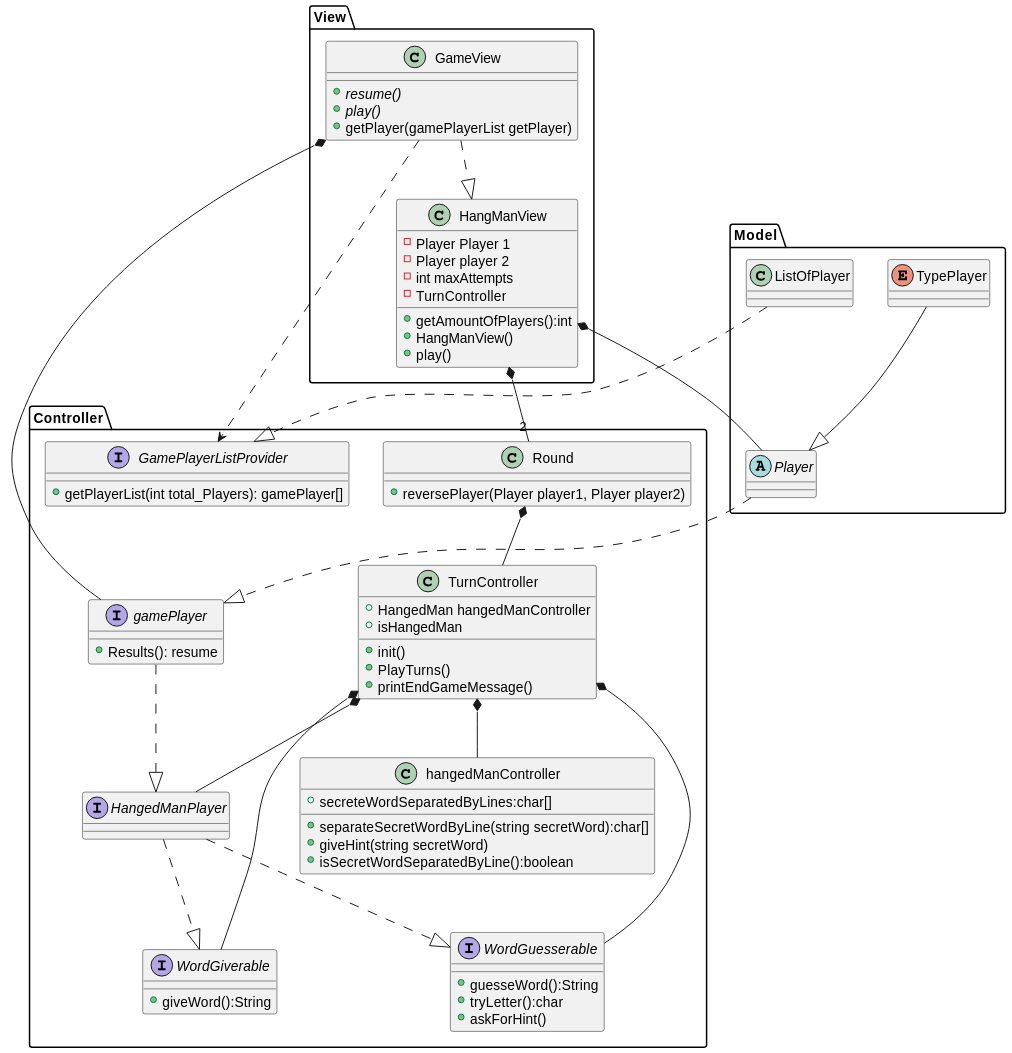
The PlantUML diagram MVCDiagrams/HangManMVC.svg in sergiomendez2/backendLastProjectDSU, before a commit.
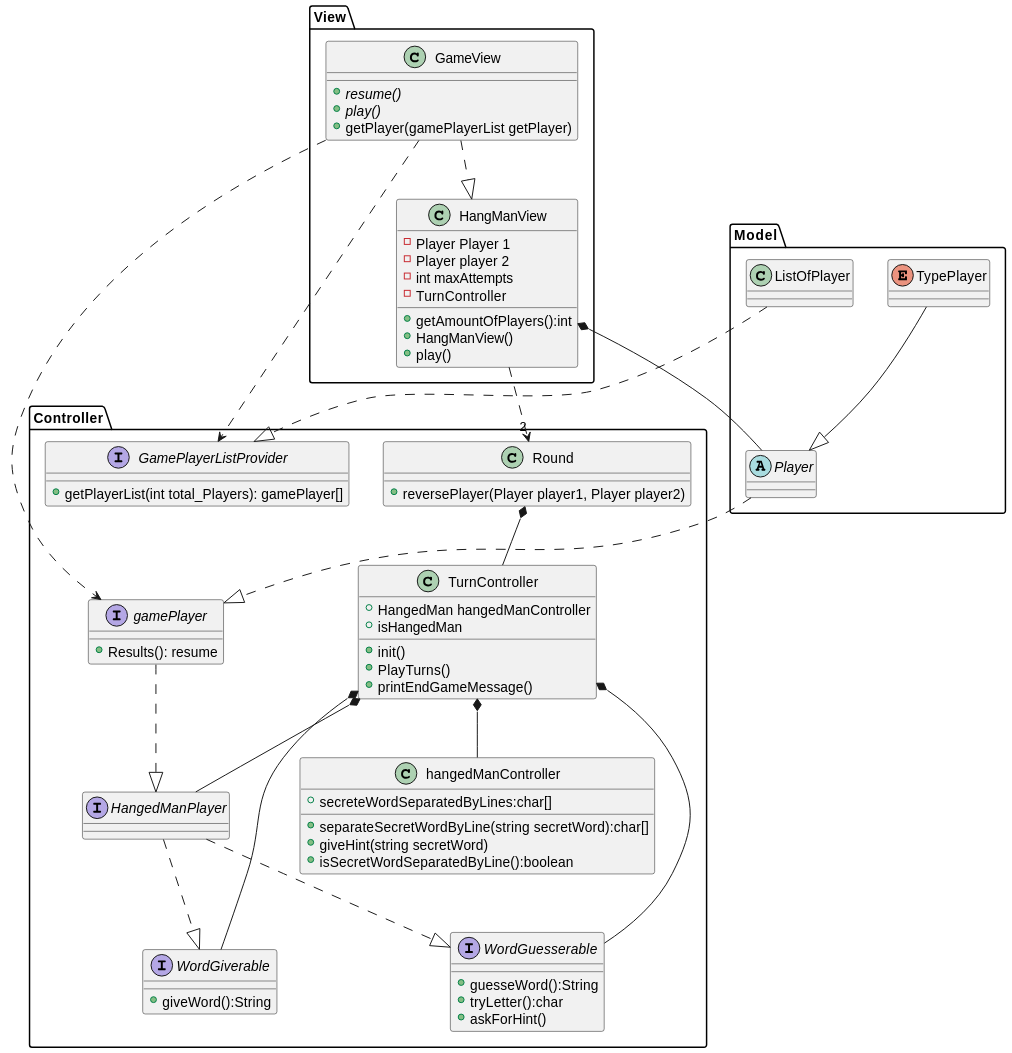
After the commit.

Change to the diagram source:
```diff
@@ -71,14 +71,14 @@
     TurnController *-- hangedManController
     Round *-- TurnController
     HangManView *-- Player
-    HangManView *-- "2" Round
+    HangManView ..> "2" Round
 
 gamePlayer..|> HangedManPlayer
 Player ..|> gamePlayer
 ListOfPlayer ..|> GamePlayerListProvider
 GameView..>GamePlayerListProvider
 GameView..|>HangManView
-GameView*--gamePlayer
+GameView ..>gamePlayer
 TypePlayer--|>Player
 
 TurnController*--HangedManPlayer
```
